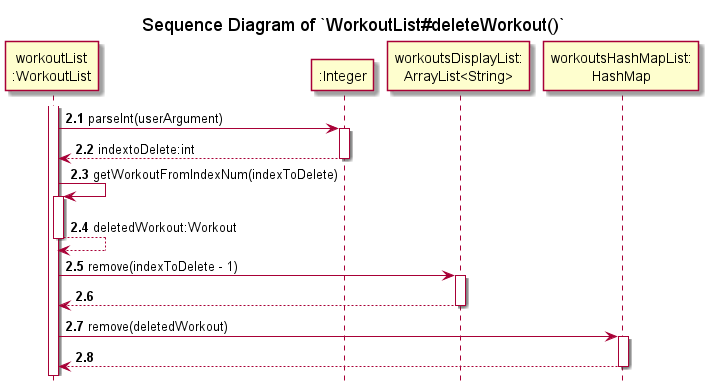
Before: docs/uml/sequenceDiagrams/workouts/images/deleteWorkout-Part2.png, a diagram exported from PlantUML (nus-cs2113-AY2122S2/tp).
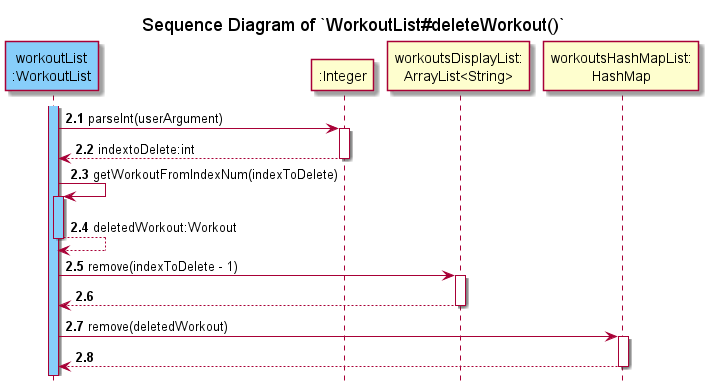
The same diagram one commit later.

Commit message:
Add colour to delete workout diagrams

Change to the diagram source:
```diff
@@ -6,16 +6,16 @@
 title Sequence Diagram of `WorkoutList#deleteWorkout()`
 hide footbox
 
-participant "workoutList\n:WorkoutList" AS wl
+participant "workoutList\n:WorkoutList" AS wl #LightSkyBlue
 
-activate wl
+activate wl #LightSkyBlue
 wl -> ":Integer" :parseInt(userArgument)
 activate ":Integer"
 return indextoDelete:int
 deactivate ":Integer"
 
 wl -> wl :getWorkoutFromIndexNum(indexToDelete)
-activate wl
+activate wl #LightSkyBlue
 return deletedWorkout:Workout
 
 wl -> "workoutsDisplayList:\nArrayList<String>" :remove(indexToDelete - 1)
```
